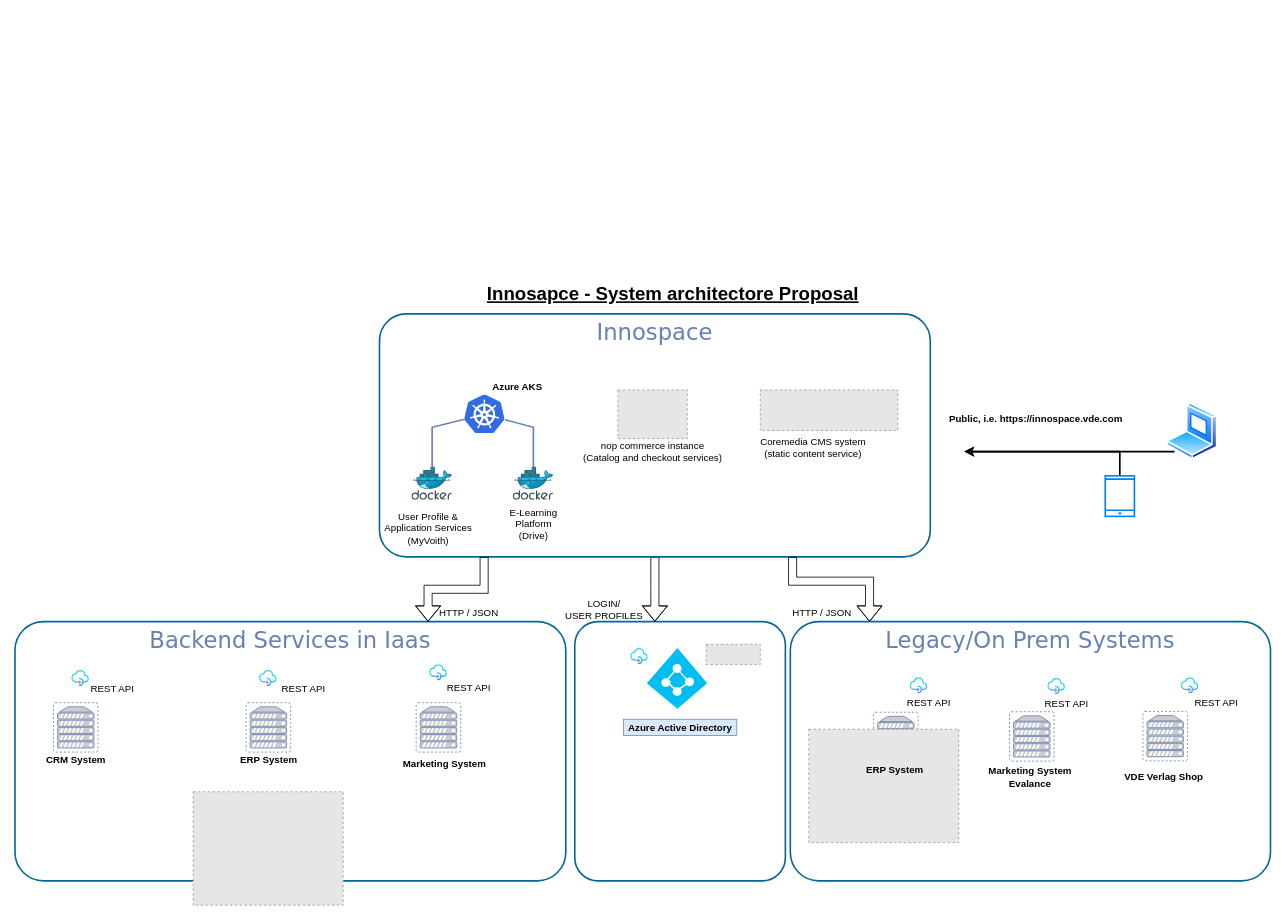
The draw.io diagram Systems Overview.drawio in rseidt/certbot-azure, before the edit. Source tidied: cells renumbered, new cells numbered last; positions are measured from the earlier drawing's top-left corner, leaving out a move shared by most shapes. Both pictures are drawn from the tidied source at 81%, with x=0, y=0 at pixel (15, 281). Pictures stored in the file or linked from it are replaced by grey dashed boxes.
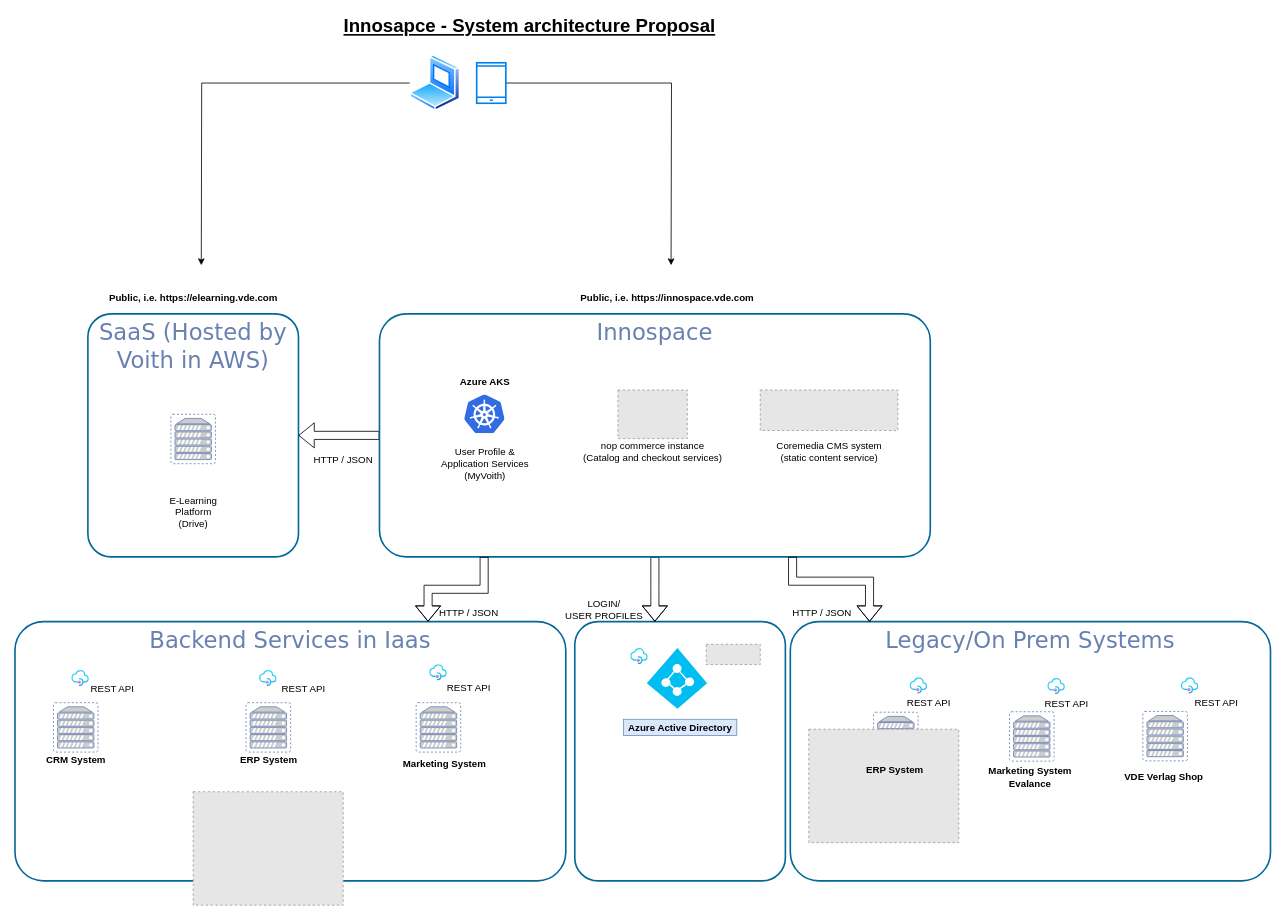
The same page after the edit.

Unchanged cells that the change refers to:
```xml
<mxCell id="5" value="Innospace" style="rounded=1;whiteSpace=wrap;html=1;shadow=0;comic=0;strokeColor=#036897;strokeWidth=2;fillColor=none;fontFamily=Verdana;fontSize=28;fontColor=#6881B3;align=center;arcSize=11;verticalAlign=top;" parent="1" vertex="1">
  <mxGeometry x="450" y="40" width="680" height="300" as="geometry" />
</mxCell>
<mxCell id="7" style="html=1;points=[];align=center;image;fontSize=12;image=img/lib/mscae/Kubernetes.svg;" parent="1" vertex="1">
  <mxGeometry x="555" y="140" width="50" height="48" as="geometry" />
</mxCell>
```

Change to the diagram source:
```diff
@@
+    <mxCell id="61" value="SaaS (Hosted by Voith in AWS)" style="rounded=1;whiteSpace=wrap;html=1;shadow=0;comic=0;strokeColor=#036897;strokeWidth=2;fillColor=none;fontFamily=Verdana;fontSize=28;fontColor=#6881B3;align=center;arcSize=11;verticalAlign=top;" parent="1" vertex="1">
+      <mxGeometry x="90" y="40" width="260" height="300" as="geometry" />
+    </mxCell>
@@
+    <mxCell id="62" style="edgeStyle=orthogonalEdgeStyle;shape=flexArrow;rounded=0;jettySize=auto;html=1;exitX=0;exitY=0.5;exitDx=0;exitDy=0;entryX=1;entryY=0.5;entryDx=0;entryDy=0;" parent="1" edge="1" source="5" target="61">
+      <mxGeometry relative="1" as="geometry" />
+    </mxCell>
@@
     <mxCell id="8" value="Azure AKS" style="text;html=1;align=center;verticalAlign=middle;fillColor=none;strokeColor=none;rounded=0;fontStyle=1;" parent="1" vertex="1">
-      <mxGeometry x="580" y="120" width="80" height="20" as="geometry" />
+      <mxGeometry x="540" y="114" width="80" height="20" as="geometry" />
     </mxCell>
-    <mxCell id="9" style="html=1;points=[];align=center;image;fontSize=12;image=img/lib/mscae/Docker.svg;" parent="1" vertex="1">
-      <mxGeometry x="490" y="229" width="50" height="41" as="geometry" />
-    </mxCell>
-    <mxCell id="10" style="html=1;points=[];align=center;image;fontSize=12;image=img/lib/mscae/Docker.svg;" parent="1" vertex="1">
-      <mxGeometry x="615" y="229" width="50" height="41" as="geometry" />
-    </mxCell>
@@
     <mxCell id="12" value="User Profile &amp;amp; &lt;br&gt;Application Services&lt;br&gt;(MyVoith)" style="text;html=1;align=center;verticalAlign=middle;fillColor=none;strokeColor=none;rounded=0;" parent="1" vertex="1">
-      <mxGeometry x="450" y="280" width="120" height="50" as="geometry" />
+      <mxGeometry x="520" y="200" width="120" height="50" as="geometry" />
     </mxCell>
     <mxCell id="13" value="E-Learning&lt;br&gt;Platform&lt;br&gt;(Drive)" style="text;html=1;align=center;verticalAlign=middle;fillColor=none;strokeColor=none;rounded=0;" parent="1" vertex="1">
-      <mxGeometry x="605" y="275" width="70" height="50" as="geometry" />
+      <mxGeometry x="185" y="260" width="70" height="50" as="geometry" />
     </mxCell>
-    <mxCell id="14" style="strokeColor=#6881B3;edgeStyle=none;rounded=0;endArrow=none;html=1;strokeWidth=2;" parent="1" edge="1" source="9" target="7">
-      <mxGeometry relative="1" as="geometry">
-        <Array as="points">
-          <mxPoint x="515" y="180" />
-        </Array>
-      </mxGeometry>
-    </mxCell>
-    <mxCell id="15" style="strokeColor=#6881B3;edgeStyle=none;rounded=0;endArrow=none;html=1;strokeWidth=2;" parent="1" edge="1" source="10" target="7">
-      <mxGeometry relative="1" as="geometry">
-        <Array as="points">
-          <mxPoint x="640" y="180" />
-        </Array>
-      </mxGeometry>
-    </mxCell>
@@
     <mxCell id="19" value="Coremedia CMS system&lt;br&gt;(static content service)" style="text;html=1;align=center;verticalAlign=middle;fillColor=none;strokeColor=none;rounded=0;" parent="1" vertex="1">
-      <mxGeometry x="910" y="190" width="150" height="30" as="geometry" />
+      <mxGeometry x="930" y="195" width="150" height="30" as="geometry" />
     </mxCell>
@@
     <mxCell id="37" value="&lt;b&gt;Public, i.e. https://innospace.vde.com&lt;br&gt;&lt;/b&gt;" style="text;html=1;align=center;verticalAlign=middle;fillColor=none;strokeColor=none;rounded=0;" parent="1" vertex="1">
-      <mxGeometry x="1145" y="160" width="230" height="20" as="geometry" />
+      <mxGeometry x="690.1" y="10" width="230" height="20" as="geometry" />
     </mxCell>
@@
-    <mxCell id="47" style="edgeStyle=elbowEdgeStyle;rounded=0;jettySize=auto;elbow=vertical;html=1;strokeWidth=2;" parent="1" edge="1" source="48">
-      <mxGeometry relative="1" as="geometry">
-        <mxPoint x="1172" y="210" as="targetPoint" />
-      </mxGeometry>
-    </mxCell>
+    <mxCell id="63" style="edgeStyle=orthogonalEdgeStyle;rounded=0;jettySize=auto;html=1;exitX=0;exitY=0.5;exitDx=0;exitDy=0;" parent="1" edge="1" source="48">
+      <mxGeometry relative="1" as="geometry">
+        <mxPoint x="230" y="-20" as="targetPoint" />
+      </mxGeometry>
+    </mxCell>
     <mxCell id="48" style="perimeter=ellipsePerimeter;html=1;align=center;shadow=0;dashed=0;spacingTop=3;image;image=img/lib/active_directory/laptop_client.svg;" parent="1" vertex="1">
-      <mxGeometry x="1422" y="150" width="63" height="70" as="geometry" />
+      <mxGeometry x="487.3" y="-280" width="63" height="70" as="geometry" />
     </mxCell>
-    <mxCell id="49" style="edgeStyle=elbowEdgeStyle;rounded=0;jettySize=auto;elbow=vertical;html=1;strokeWidth=2;" parent="1" edge="1" source="50">
-      <mxGeometry relative="1" as="geometry">
-        <mxPoint x="1172" y="210" as="targetPoint" />
-        <Array as="points">
-          <mxPoint x="1262" y="210" />
-        </Array>
-      </mxGeometry>
-    </mxCell>
+    <mxCell id="64" style="edgeStyle=orthogonalEdgeStyle;rounded=0;jettySize=auto;html=1;" parent="1" edge="1" source="50">
+      <mxGeometry relative="1" as="geometry">
+        <mxPoint x="810" y="-20" as="targetPoint" />
+      </mxGeometry>
+    </mxCell>
     <mxCell id="50" style="html=1;verticalLabelPosition=bottom;align=center;labelBackgroundColor=#ffffff;verticalAlign=top;strokeWidth=2;strokeColor=#0080F0;shadow=0;dashed=0;shape=mxgraph.ios7.icons.smartphone;" parent="1" vertex="1">
-      <mxGeometry x="1346" y="240" width="36" height="50" as="geometry" />
+      <mxGeometry x="570" y="-270" width="36" height="50" as="geometry" />
     </mxCell>
@@
-    <mxCell id="52" value="Innosapce - System architectore Proposal" style="text;html=1;align=center;verticalAlign=middle;fillColor=none;strokeColor=none;rounded=0;fontSize=23;fontStyle=5;" parent="1" vertex="1">
-      <mxGeometry x="577" width="470" height="30" as="geometry" />
+    <mxCell id="52" value="Innosapce - System architecture Proposal" style="text;html=1;align=center;verticalAlign=middle;fillColor=none;strokeColor=none;rounded=0;fontSize=23;fontStyle=5;" parent="1" vertex="1">
+      <mxGeometry x="400" y="-330" width="470" height="30" as="geometry" />
     </mxCell>
@@
+    <mxCell id="65" style="fontColor=#0066CC;verticalAlign=top;verticalLabelPosition=bottom;labelPosition=center;align=center;html=1;fillColor=#CCCCCC;strokeColor=#6881B3;gradientColor=none;gradientDirection=north;strokeWidth=2;shape=mxgraph.networks.virtual_server;" parent="1" vertex="1">
+      <mxGeometry x="192.5" y="164" width="55" height="61" as="geometry" />
+    </mxCell>
+    <mxCell id="66" value="HTTP / JSON" style="text;html=1;align=center;verticalAlign=middle;fillColor=none;strokeColor=none;rounded=0;" parent="1" vertex="1">
+      <mxGeometry x="360" y="210" width="90" height="20" as="geometry" />
+    </mxCell>
+    <mxCell id="67" value="&lt;b&gt;Public, i.e. https://elearning.vde.com&lt;br&gt;&lt;/b&gt;" style="text;html=1;align=center;verticalAlign=middle;fillColor=none;strokeColor=none;rounded=0;" parent="1" vertex="1">
+      <mxGeometry x="110" y="10" width="220" height="20" as="geometry" />
+    </mxCell>
```
